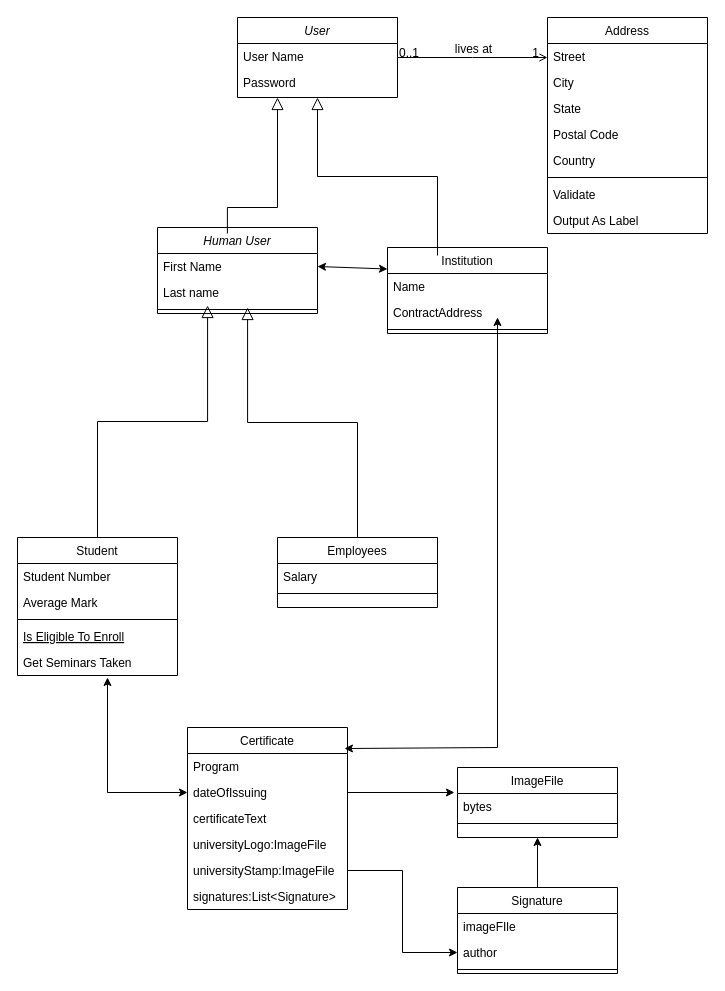
Above: diagram.drawio in momolakeit/certChain (draw.io), before the change. Source tidied: cells renumbered, new cells numbered last; positions are measured from the earlier drawing's top-left corner, leaving out a move shared by most shapes. Both pictures are drawn from the tidied source at 100%, with x=0, y=0 at pixel (17, 17).
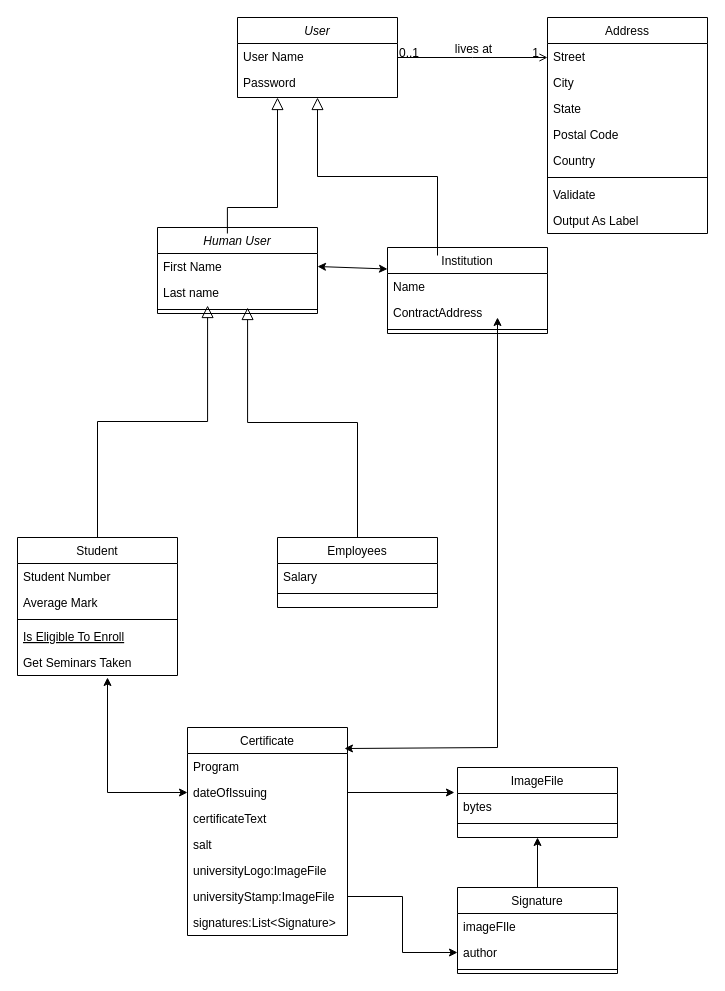
The same page after the edit.

Change to the diagram source:
```diff
@@
     <mxCell id="40" value="Certificate" style="swimlane;fontStyle=0;align=center;verticalAlign=top;horizontal=1;startSize=26;rounded=0;shadow=0;strokeWidth=1;" parent="1" vertex="1">
-      <mxGeometry x="170" y="710" width="160" height="182" as="geometry" />
+      <mxGeometry x="170" y="710" width="160" height="208" as="geometry" />
     </mxCell>
@@
+    <mxCell id="59" value="salt" style="text;align=left;verticalAlign=top;spacingLeft=4;spacingRight=4;overflow=hidden;rounded=0;shadow=0;html=0;" parent="40" vertex="1">
+      <mxGeometry y="104" width="160" height="26" as="geometry" />
+    </mxCell>
     <mxCell id="44" value="universityLogo:ImageFile&#10;" style="text;align=left;verticalAlign=top;spacingLeft=4;spacingRight=4;overflow=hidden;rounded=0;shadow=0;html=0;" parent="40" vertex="1">
-      <mxGeometry y="104" width="160" height="26" as="geometry" />
+      <mxGeometry y="130" width="160" height="26" as="geometry" />
     </mxCell>
     <mxCell id="45" value="universityStamp:ImageFile" style="text;align=left;verticalAlign=top;spacingLeft=4;spacingRight=4;overflow=hidden;points=[[0,0.5],[1,0.5]];portConstraint=eastwest;rounded=0;shadow=0;html=0;" parent="40" vertex="1">
-      <mxGeometry y="130" width="160" height="26" as="geometry" />
+      <mxGeometry y="156" width="160" height="26" as="geometry" />
     </mxCell>
     <mxCell id="46" value="signatures:List&lt;Signature&gt;" style="text;align=left;verticalAlign=top;spacingLeft=4;spacingRight=4;overflow=hidden;rounded=0;shadow=0;html=0;" parent="40" vertex="1">
-      <mxGeometry y="156" width="160" height="26" as="geometry" />
+      <mxGeometry y="182" width="160" height="26" as="geometry" />
     </mxCell>
```
